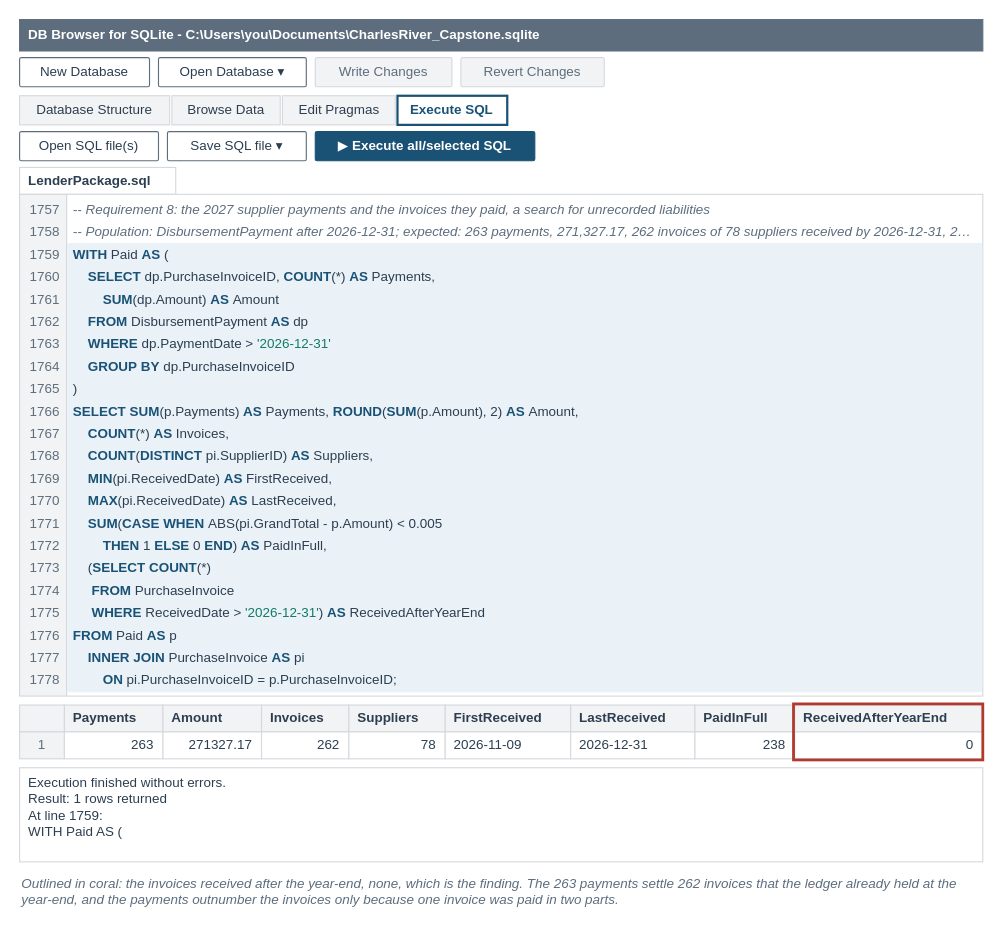
Earlier version of the draw.io diagram facts/instructor/figures/chapter-17-statements-for-a-lender/IF-17-8-A.drawio (mmcodesso/Accounting_Analytics_Book). Source tidied: cells renumbered, new cells numbered last; positions are measured from the earlier drawing's top-left corner, leaving out a move shared by most shapes. Both pictures are drawn from the tidied source at 112%, with x=0, y=0 at pixel (19, 19).
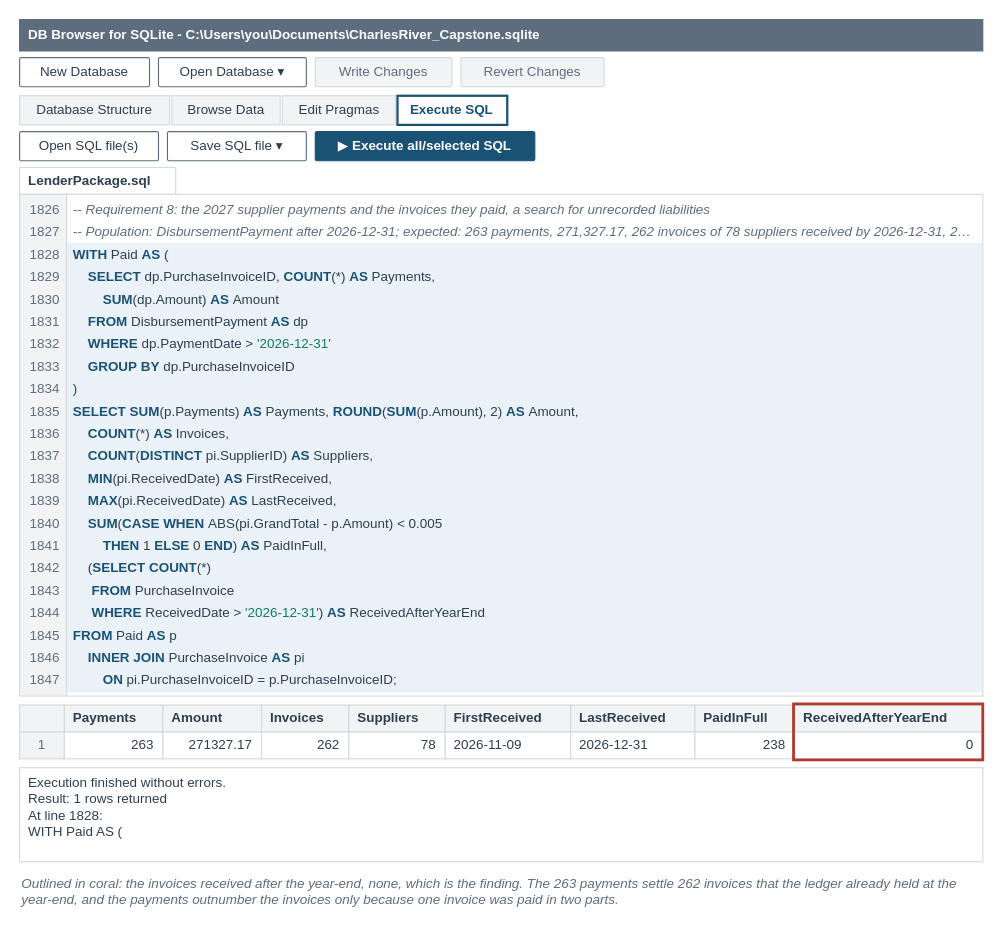
After the change.

What changed in the source:
```diff
@@
-    <mxCell id="19" value="1757" style="text;html=1;whiteSpace=wrap;align=right;verticalAlign=middle;fontSize=12;fontColor=#5D6D7E;fontStyle=0;fontFamily=Helvetica;spacing=2;fillColor=none;strokeColor=none;" parent="1" vertex="1">
+    <mxCell id="19" value="1826" style="text;html=1;whiteSpace=wrap;align=right;verticalAlign=middle;fontSize=12;fontColor=#5D6D7E;fontStyle=0;fontFamily=Helvetica;spacing=2;fillColor=none;strokeColor=none;" parent="1" vertex="1">
       <mxGeometry y="160" width="38" height="20" as="geometry" />
     </mxCell>
@@
-    <mxCell id="21" value="1758" style="text;html=1;whiteSpace=wrap;align=right;verticalAlign=middle;fontSize=12;fontColor=#5D6D7E;fontStyle=0;fontFamily=Helvetica;spacing=2;fillColor=none;strokeColor=none;" parent="1" vertex="1">
+    <mxCell id="21" value="1827" style="text;html=1;whiteSpace=wrap;align=right;verticalAlign=middle;fontSize=12;fontColor=#5D6D7E;fontStyle=0;fontFamily=Helvetica;spacing=2;fillColor=none;strokeColor=none;" parent="1" vertex="1">
       <mxGeometry y="180" width="38" height="20" as="geometry" />
     </mxCell>
@@
-    <mxCell id="23" value="1759" style="text;html=1;whiteSpace=wrap;align=right;verticalAlign=middle;fontSize=12;fontColor=#5D6D7E;fontStyle=0;fontFamily=Helvetica;spacing=2;fillColor=none;strokeColor=none;" parent="1" vertex="1">
+    <mxCell id="23" value="1828" style="text;html=1;whiteSpace=wrap;align=right;verticalAlign=middle;fontSize=12;fontColor=#5D6D7E;fontStyle=0;fontFamily=Helvetica;spacing=2;fillColor=none;strokeColor=none;" parent="1" vertex="1">
       <mxGeometry y="200" width="38" height="20" as="geometry" />
     </mxCell>
@@
-    <mxCell id="25" value="1760" style="text;html=1;whiteSpace=wrap;align=right;verticalAlign=middle;fontSize=12;fontColor=#5D6D7E;fontStyle=0;fontFamily=Helvetica;spacing=2;fillColor=none;strokeColor=none;" parent="1" vertex="1">
+    <mxCell id="25" value="1829" style="text;html=1;whiteSpace=wrap;align=right;verticalAlign=middle;fontSize=12;fontColor=#5D6D7E;fontStyle=0;fontFamily=Helvetica;spacing=2;fillColor=none;strokeColor=none;" parent="1" vertex="1">
       <mxGeometry y="220" width="38" height="20" as="geometry" />
     </mxCell>
@@
-    <mxCell id="27" value="1761" style="text;html=1;whiteSpace=wrap;align=right;verticalAlign=middle;fontSize=12;fontColor=#5D6D7E;fontStyle=0;fontFamily=Helvetica;spacing=2;fillColor=none;strokeColor=none;" parent="1" vertex="1">
+    <mxCell id="27" value="1830" style="text;html=1;whiteSpace=wrap;align=right;verticalAlign=middle;fontSize=12;fontColor=#5D6D7E;fontStyle=0;fontFamily=Helvetica;spacing=2;fillColor=none;strokeColor=none;" parent="1" vertex="1">
       <mxGeometry y="240" width="38" height="20" as="geometry" />
     </mxCell>
@@
-    <mxCell id="29" value="1762" style="text;html=1;whiteSpace=wrap;align=right;verticalAlign=middle;fontSize=12;fontColor=#5D6D7E;fontStyle=0;fontFamily=Helvetica;spacing=2;fillColor=none;strokeColor=none;" parent="1" vertex="1">
+    <mxCell id="29" value="1831" style="text;html=1;whiteSpace=wrap;align=right;verticalAlign=middle;fontSize=12;fontColor=#5D6D7E;fontStyle=0;fontFamily=Helvetica;spacing=2;fillColor=none;strokeColor=none;" parent="1" vertex="1">
       <mxGeometry y="260" width="38" height="20" as="geometry" />
     </mxCell>
@@
-    <mxCell id="31" value="1763" style="text;html=1;whiteSpace=wrap;align=right;verticalAlign=middle;fontSize=12;fontColor=#5D6D7E;fontStyle=0;fontFamily=Helvetica;spacing=2;fillColor=none;strokeColor=none;" parent="1" vertex="1">
+    <mxCell id="31" value="1832" style="text;html=1;whiteSpace=wrap;align=right;verticalAlign=middle;fontSize=12;fontColor=#5D6D7E;fontStyle=0;fontFamily=Helvetica;spacing=2;fillColor=none;strokeColor=none;" parent="1" vertex="1">
       <mxGeometry y="280" width="38" height="20" as="geometry" />
     </mxCell>
@@
-    <mxCell id="33" value="1764" style="text;html=1;whiteSpace=wrap;align=right;verticalAlign=middle;fontSize=12;fontColor=#5D6D7E;fontStyle=0;fontFamily=Helvetica;spacing=2;fillColor=none;strokeColor=none;" parent="1" vertex="1">
+    <mxCell id="33" value="1833" style="text;html=1;whiteSpace=wrap;align=right;verticalAlign=middle;fontSize=12;fontColor=#5D6D7E;fontStyle=0;fontFamily=Helvetica;spacing=2;fillColor=none;strokeColor=none;" parent="1" vertex="1">
       <mxGeometry y="300" width="38" height="20" as="geometry" />
     </mxCell>
@@
-    <mxCell id="35" value="1765" style="text;html=1;whiteSpace=wrap;align=right;verticalAlign=middle;fontSize=12;fontColor=#5D6D7E;fontStyle=0;fontFamily=Helvetica;spacing=2;fillColor=none;strokeColor=none;" parent="1" vertex="1">
+    <mxCell id="35" value="1834" style="text;html=1;whiteSpace=wrap;align=right;verticalAlign=middle;fontSize=12;fontColor=#5D6D7E;fontStyle=0;fontFamily=Helvetica;spacing=2;fillColor=none;strokeColor=none;" parent="1" vertex="1">
       <mxGeometry y="320" width="38" height="20" as="geometry" />
     </mxCell>
@@
-    <mxCell id="37" value="1766" style="text;html=1;whiteSpace=wrap;align=right;verticalAlign=middle;fontSize=12;fontColor=#5D6D7E;fontStyle=0;fontFamily=Helvetica;spacing=2;fillColor=none;strokeColor=none;" parent="1" vertex="1">
+    <mxCell id="37" value="1835" style="text;html=1;whiteSpace=wrap;align=right;verticalAlign=middle;fontSize=12;fontColor=#5D6D7E;fontStyle=0;fontFamily=Helvetica;spacing=2;fillColor=none;strokeColor=none;" parent="1" vertex="1">
       <mxGeometry y="340" width="38" height="20" as="geometry" />
     </mxCell>
@@
-    <mxCell id="39" value="1767" style="text;html=1;whiteSpace=wrap;align=right;verticalAlign=middle;fontSize=12;fontColor=#5D6D7E;fontStyle=0;fontFamily=Helvetica;spacing=2;fillColor=none;strokeColor=none;" parent="1" vertex="1">
+    <mxCell id="39" value="1836" style="text;html=1;whiteSpace=wrap;align=right;verticalAlign=middle;fontSize=12;fontColor=#5D6D7E;fontStyle=0;fontFamily=Helvetica;spacing=2;fillColor=none;strokeColor=none;" parent="1" vertex="1">
       <mxGeometry y="360" width="38" height="20" as="geometry" />
     </mxCell>
@@
-    <mxCell id="41" value="1768" style="text;html=1;whiteSpace=wrap;align=right;verticalAlign=middle;fontSize=12;fontColor=#5D6D7E;fontStyle=0;fontFamily=Helvetica;spacing=2;fillColor=none;strokeColor=none;" parent="1" vertex="1">
+    <mxCell id="41" value="1837" style="text;html=1;whiteSpace=wrap;align=right;verticalAlign=middle;fontSize=12;fontColor=#5D6D7E;fontStyle=0;fontFamily=Helvetica;spacing=2;fillColor=none;strokeColor=none;" parent="1" vertex="1">
       <mxGeometry y="380" width="38" height="20" as="geometry" />
     </mxCell>
@@
-    <mxCell id="43" value="1769" style="text;html=1;whiteSpace=wrap;align=right;verticalAlign=middle;fontSize=12;fontColor=#5D6D7E;fontStyle=0;fontFamily=Helvetica;spacing=2;fillColor=none;strokeColor=none;" parent="1" vertex="1">
+    <mxCell id="43" value="1838" style="text;html=1;whiteSpace=wrap;align=right;verticalAlign=middle;fontSize=12;fontColor=#5D6D7E;fontStyle=0;fontFamily=Helvetica;spacing=2;fillColor=none;strokeColor=none;" parent="1" vertex="1">
       <mxGeometry y="400" width="38" height="20" as="geometry" />
     </mxCell>
@@
-    <mxCell id="45" value="1770" style="text;html=1;whiteSpace=wrap;align=right;verticalAlign=middle;fontSize=12;fontColor=#5D6D7E;fontStyle=0;fontFamily=Helvetica;spacing=2;fillColor=none;strokeColor=none;" parent="1" vertex="1">
+    <mxCell id="45" value="1839" style="text;html=1;whiteSpace=wrap;align=right;verticalAlign=middle;fontSize=12;fontColor=#5D6D7E;fontStyle=0;fontFamily=Helvetica;spacing=2;fillColor=none;strokeColor=none;" parent="1" vertex="1">
       <mxGeometry y="420" width="38" height="20" as="geometry" />
     </mxCell>
@@
-    <mxCell id="47" value="1771" style="text;html=1;whiteSpace=wrap;align=right;verticalAlign=middle;fontSize=12;fontColor=#5D6D7E;fontStyle=0;fontFamily=Helvetica;spacing=2;fillColor=none;strokeColor=none;" parent="1" vertex="1">
+    <mxCell id="47" value="1840" style="text;html=1;whiteSpace=wrap;align=right;verticalAlign=middle;fontSize=12;fontColor=#5D6D7E;fontStyle=0;fontFamily=Helvetica;spacing=2;fillColor=none;strokeColor=none;" parent="1" vertex="1">
       <mxGeometry y="440" width="38" height="20" as="geometry" />
     </mxCell>
@@
-    <mxCell id="49" value="1772" style="text;html=1;whiteSpace=wrap;align=right;verticalAlign=middle;fontSize=12;fontColor=#5D6D7E;fontStyle=0;fontFamily=Helvetica;spacing=2;fillColor=none;strokeColor=none;" parent="1" vertex="1">
+    <mxCell id="49" value="1841" style="text;html=1;whiteSpace=wrap;align=right;verticalAlign=middle;fontSize=12;fontColor=#5D6D7E;fontStyle=0;fontFamily=Helvetica;spacing=2;fillColor=none;strokeColor=none;" parent="1" vertex="1">
       <mxGeometry y="460" width="38" height="20" as="geometry" />
     </mxCell>
@@
-    <mxCell id="51" value="1773" style="text;html=1;whiteSpace=wrap;align=right;verticalAlign=middle;fontSize=12;fontColor=#5D6D7E;fontStyle=0;fontFamily=Helvetica;spacing=2;fillColor=none;strokeColor=none;" parent="1" vertex="1">
+    <mxCell id="51" value="1842" style="text;html=1;whiteSpace=wrap;align=right;verticalAlign=middle;fontSize=12;fontColor=#5D6D7E;fontStyle=0;fontFamily=Helvetica;spacing=2;fillColor=none;strokeColor=none;" parent="1" vertex="1">
       <mxGeometry y="480" width="38" height="20" as="geometry" />
     </mxCell>
@@
-    <mxCell id="53" value="1774" style="text;html=1;whiteSpace=wrap;align=right;verticalAlign=middle;fontSize=12;fontColor=#5D6D7E;fontStyle=0;fontFamily=Helvetica;spacing=2;fillColor=none;strokeColor=none;" parent="1" vertex="1">
+    <mxCell id="53" value="1843" style="text;html=1;whiteSpace=wrap;align=right;verticalAlign=middle;fontSize=12;fontColor=#5D6D7E;fontStyle=0;fontFamily=Helvetica;spacing=2;fillColor=none;strokeColor=none;" parent="1" vertex="1">
       <mxGeometry y="500" width="38" height="20" as="geometry" />
     </mxCell>
@@
-    <mxCell id="55" value="1775" style="text;html=1;whiteSpace=wrap;align=right;verticalAlign=middle;fontSize=12;fontColor=#5D6D7E;fontStyle=0;fontFamily=Helvetica;spacing=2;fillColor=none;strokeColor=none;" parent="1" vertex="1">
+    <mxCell id="55" value="1844" style="text;html=1;whiteSpace=wrap;align=right;verticalAlign=middle;fontSize=12;fontColor=#5D6D7E;fontStyle=0;fontFamily=Helvetica;spacing=2;fillColor=none;strokeColor=none;" parent="1" vertex="1">
       <mxGeometry y="520" width="38" height="20" as="geometry" />
     </mxCell>
@@
-    <mxCell id="57" value="1776" style="text;html=1;whiteSpace=wrap;align=right;verticalAlign=middle;fontSize=12;fontColor=#5D6D7E;fontStyle=0;fontFamily=Helvetica;spacing=2;fillColor=none;strokeColor=none;" parent="1" vertex="1">
+    <mxCell id="57" value="1845" style="text;html=1;whiteSpace=wrap;align=right;verticalAlign=middle;fontSize=12;fontColor=#5D6D7E;fontStyle=0;fontFamily=Helvetica;spacing=2;fillColor=none;strokeColor=none;" parent="1" vertex="1">
       <mxGeometry y="540" width="38" height="20" as="geometry" />
     </mxCell>
@@
-    <mxCell id="59" value="1777" style="text;html=1;whiteSpace=wrap;align=right;verticalAlign=middle;fontSize=12;fontColor=#5D6D7E;fontStyle=0;fontFamily=Helvetica;spacing=2;fillColor=none;strokeColor=none;" parent="1" vertex="1">
+    <mxCell id="59" value="1846" style="text;html=1;whiteSpace=wrap;align=right;verticalAlign=middle;fontSize=12;fontColor=#5D6D7E;fontStyle=0;fontFamily=Helvetica;spacing=2;fillColor=none;strokeColor=none;" parent="1" vertex="1">
       <mxGeometry y="560" width="38" height="20" as="geometry" />
     </mxCell>
@@
-    <mxCell id="61" value="1778" style="text;html=1;whiteSpace=wrap;align=right;verticalAlign=middle;fontSize=12;fontColor=#5D6D7E;fontStyle=0;fontFamily=Helvetica;spacing=2;fillColor=none;strokeColor=none;" parent="1" vertex="1">
+    <mxCell id="61" value="1847" style="text;html=1;whiteSpace=wrap;align=right;verticalAlign=middle;fontSize=12;fontColor=#5D6D7E;fontStyle=0;fontFamily=Helvetica;spacing=2;fillColor=none;strokeColor=none;" parent="1" vertex="1">
       <mxGeometry y="580" width="38" height="20" as="geometry" />
     </mxCell>
@@
-    <mxCell id="81" value="Execution finished without errors.&lt;br&gt;Result: 1 rows returned&lt;br&gt;At line 1759:&lt;br&gt;WITH Paid AS (" style="rounded=0;arcSize=6;whiteSpace=wrap;html=1;fillColor=#FFFFFF;strokeColor=#D5D8DC;strokeWidth=1;fontColor=#2C3E50;fontSize=12;fontStyle=0;align=left;verticalAlign=top;fontFamily=Helvetica;spacingLeft=6;spacingRight=6;" parent="1" vertex="1">
+    <mxCell id="81" value="Execution finished without errors.&lt;br&gt;Result: 1 rows returned&lt;br&gt;At line 1828:&lt;br&gt;WITH Paid AS (" style="rounded=0;arcSize=6;whiteSpace=wrap;html=1;fillColor=#FFFFFF;strokeColor=#D5D8DC;strokeWidth=1;fontColor=#2C3E50;fontSize=12;fontStyle=0;align=left;verticalAlign=top;fontFamily=Helvetica;spacingLeft=6;spacingRight=6;" parent="1" vertex="1">
       <mxGeometry y="668" width="860" height="84" as="geometry" />
     </mxCell>
```
